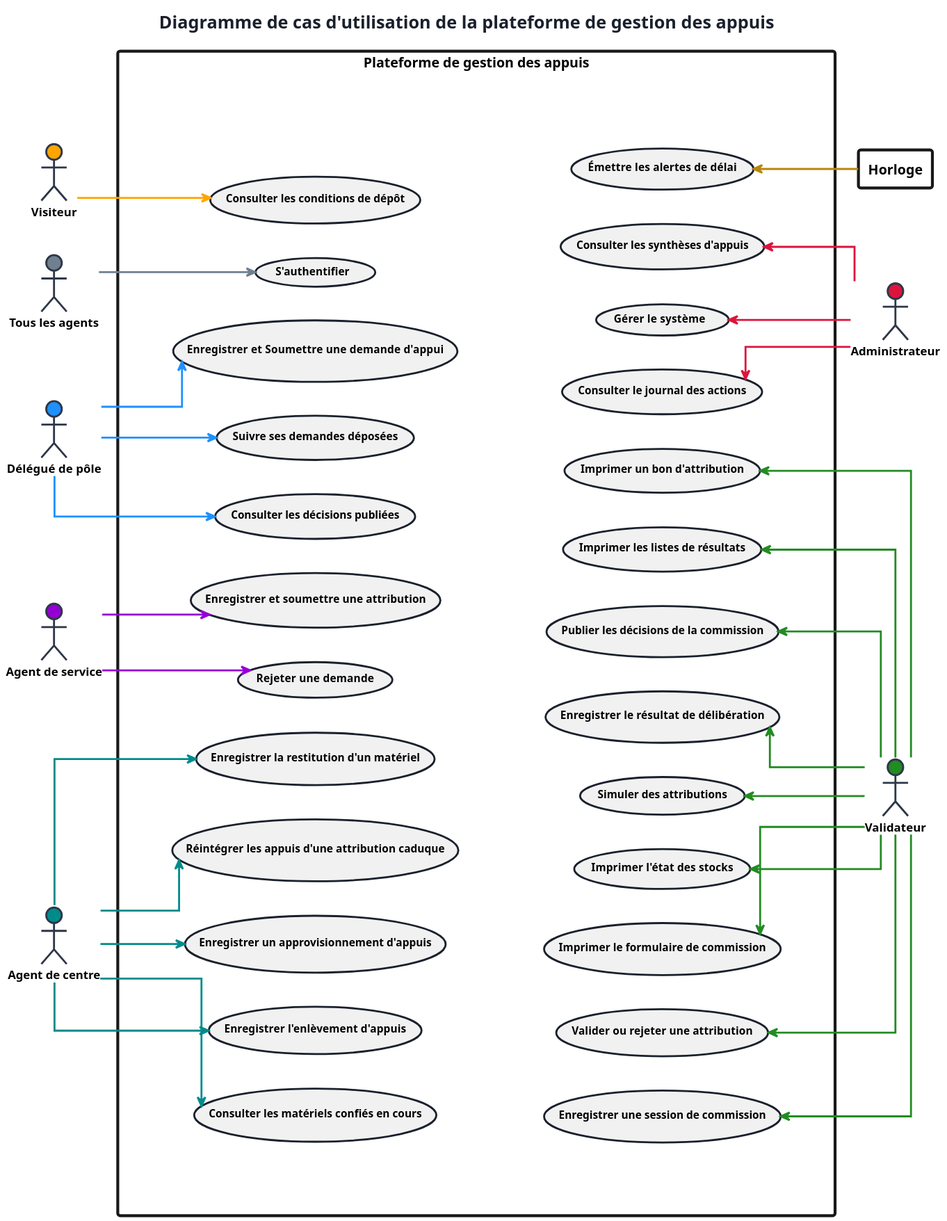
The PlantUML diagram out/docs/usecases/uc/uc_plateforme.svg in marasse-codec/ORYZAPP, before a commit. The source it was exported from:
```plantuml
@startuml
left to right direction

!$COLOR_VISITEUR  = Orange
!$COLOR_AGENT     = SlateGray
!$COLOR_DELEGUE   = DodgerBlue
!$COLOR_SERV      = DarkViolet
!$COLOR_VALID     = ForestGreen
!$COLOR_CENTRE    = DarkCyan
!$COLOR_ADMIN     = Crimson
!$COLOR_DIR       = DarkSlateBlue
!$COLOR_HORLOGE   = DarkGoldenRod

title <b>Diagramme de cas d'utilisation de la plateforme de gestion des appuis</b>

skinparam shadowing false
skinparam defaultFontName "Segoe UI"
skinparam defaultFontSize 12
skinparam backgroundColor #FFFFFF
skinparam packageStyle rectangle
skinparam Linetype ortho

skinparam title {
    FontSize 18
    FontStyle bold
    FontColor #1A202C
}

skinparam actor {
    BorderColor #2D3748
    BorderThickness 2
    FontStyle bold
    FontSize 12
}

skinparam usecase {
    BorderColor #1A202C
    BorderThickness 2
    FontStyle bold
    FontSize 11
}

skinparam rectangle {
    BackgroundColor #FFFFFF
    BorderThickness 3
    FontStyle bold
    FontSize 14
}

skinparam arrow {
    Thickness 2
    FontSize 10
    FontStyle bold
}

actor "Visiteur" as Visiteur #$COLOR_VISITEUR
actor "Tous les agents" as TousAgents #$COLOR_AGENT
actor "Délégué de pôle" as Delegue #$COLOR_DELEGUE
actor "Agent de service" as AgentService #$COLOR_SERV
actor "Validateur" as Validateur #$COLOR_VALID
actor "Agent de centre" as AgentCentre #$COLOR_CENTRE
actor "Administrateur" as Admin #$COLOR_ADMIN
rectangle "<color:Black>Horloge</color>" as Horloge

rectangle "<b>Plateforme de gestion des appuis</b>" as systeme {

    rectangle " " as left #transparent;line:transparent {

        usecase "S'authentifier" as UC_Auth

        usecase "Consulter les conditions de dépôt" as UC_ConditionsDepot

        usecase "Enregistrer et Soumettre une demande d'appui" as UC_Demande
        usecase "Suivre ses demandes déposées" as UC_SuiviDemande
        usecase "Consulter les décisions publiées" as UC_DecisionPublique

        usecase "Enregistrer et soumettre une attribution" as UC_AttrService
        usecase "Rejeter une demande" as UC_RejeterDemande

        usecase "Enregistrer un approvisionnement d'appuis" as UC_Appro
        usecase "Enregistrer l'enlèvement d'appuis" as UC_Enlevement
        usecase "Consulter les matériels confiés en cours" as UC_MatosCours
        usecase "Enregistrer la restitution d'un matériel" as UC_Restitution
        usecase "Réintégrer les appuis d'une attribution caduque" as UC_Reintegration

    }


    rectangle " " as right #transparent;line:transparent {

    usecase "Enregistrer une session de commission" as UC_SessionComm
    usecase "Valider ou rejeter une attribution" as UC_ValiderAttr
    usecase "Imprimer le formulaire de commission" as UC_ImpForm
    usecase "Imprimer l'état des stocks" as UC_ImpStocks
    usecase "Simuler des attributions" as UC_SimulAttr
    usecase "Enregistrer le résultat de délibération" as UC_ResDelib
    usecase "Publier les décisions de la commission" as UC_PublierComm
    usecase "Imprimer les listes de résultats" as UC_ImpRes
    usecase "Imprimer un bon d'attribution" as UC_ImpBon

    usecase "Consulter le journal des actions" as UC_Journal
    usecase "Gérer le système" as UC_GererSys
    usecase "Consulter les synthèses d'appuis" as UC_Synthese

    usecase "Émettre les alertes de délai" as UC_Alertes

    }

    left -d[hidden]- right

}

TousAgents --> UC_Auth #$COLOR_AGENT

Visiteur --> UC_ConditionsDepot #$COLOR_VISITEUR

Delegue --> UC_Demande #$COLOR_DELEGUE
Delegue --> UC_SuiviDemande #$COLOR_DELEGUE
Delegue --> UC_DecisionPublique #$COLOR_DELEGUE

AgentService --> UC_AttrService #$COLOR_SERV
AgentService --> UC_RejeterDemande #$COLOR_SERV

Validateur -u-> UC_SessionComm #$COLOR_VALID
Validateur -u-> UC_ValiderAttr #$COLOR_VALID
Validateur -u-> UC_ImpForm #$COLOR_VALID
Validateur -u-> UC_ImpStocks #$COLOR_VALID
Validateur -u-> UC_SimulAttr #$COLOR_VALID
Validateur -u-> UC_ResDelib #$COLOR_VALID
Validateur -u-> UC_PublierComm #$COLOR_VALID
Validateur -u-> UC_ImpRes #$COLOR_VALID
Validateur -u-> UC_ImpBon #$COLOR_VALID

AgentCentre --> UC_Appro #$COLOR_CENTRE
AgentCentre --> UC_Enlevement #$COLOR_CENTRE
AgentCentre --> UC_MatosCours #$COLOR_CENTRE
AgentCentre --> UC_Restitution #$COLOR_CENTRE
AgentCentre --> UC_Reintegration #$COLOR_CENTRE

Admin -u-> UC_Journal #$COLOR_ADMIN
Admin -u-> UC_GererSys #$COLOR_ADMIN
Admin -u-> UC_Synthese #$COLOR_ADMIN

Horloge -u-> UC_Alertes #$COLOR_HORLOGE
@end

left to right direction


title <b>Diagramme de cas d'utilisation de la plateforme de gestion des appuis</b>

skinparam shadowing false
skinparam defaultFontName "Segoe UI"
skinparam defaultFontSize 12
skinparam backgroundColor #FFFFFF
skinparam packageStyle rectangle
skinparam Linetype ortho

skinparam title {
    FontSize 18
    FontStyle bold
    FontColor #1A202C
}

skinparam actor {
    BorderColor #2D3748
    BorderThickness 2
    FontStyle bold
    FontSize 12
}

skinparam usecase {
    BorderColor #1A202C
    BorderThickness 2
    FontStyle bold
    FontSize 11
}

skinparam rectangle {
    BackgroundColor #FFFFFF
    BorderThickness 3
    FontStyle bold
    FontSize 14
}

skinparam arrow {
    Thickness 2
    FontSize 10
    FontStyle bold
}

actor "Visiteur" as Visiteur #Orange
actor "Tous les agents" as TousAgents #SlateGray
actor "Délégué de pôle" as Delegue #DodgerBlue
actor "Agent de service" as AgentService #DarkViolet
actor "Validateur" as Validateur #ForestGreen
actor "Agent de centre" as AgentCentre #DarkCyan
actor "Administrateur" as Admin #Crimson
rectangle "<color:Black>Horloge</color>" as Horloge

rectangle "<b>Plateforme de gestion des appuis</b>" as systeme {

    rectangle " " as left #transparent;line:transparent {

        usecase "S'authentifier" as UC_Auth

        usecase "Consulter les conditions de dépôt" as UC_ConditionsDepot

        usecase "Enregistrer et Soumettre une demande d'appui" as UC_Demande
        usecase "Suivre ses demandes déposées" as UC_SuiviDemande
        usecase "Consulter les décisions publiées" as UC_DecisionPublique

        usecase "Enregistrer et soumettre une attribution" as UC_AttrService
        usecase "Rejeter une demande" as UC_RejeterDemande

        usecase "Enregistrer un approvisionnement d'appuis" as UC_Appro
        usecase "Enregistrer l'enlèvement d'appuis" as UC_Enlevement
        usecase "Consulter les matériels confiés en cours" as UC_MatosCours
        usecase "Enregistrer la restitution d'un matériel" as UC_Restitution
        usecase "Réintégrer les appuis d'une attribution caduque" as UC_Reintegration

    }


    rectangle " " as right #transparent;line:transparent {

    usecase "Enregistrer une session de commission" as UC_SessionComm
    usecase "Valider ou rejeter une attribution" as UC_ValiderAttr
    usecase "Imprimer le formulaire de commission" as UC_ImpForm
    usecase "Imprimer l'état des stocks" as UC_ImpStocks
    usecase "Simuler des attributions" as UC_SimulAttr
    usecase "Enregistrer le résultat de délibération" as UC_ResDelib
    usecase "Publier les décisions de la commission" as UC_PublierComm
    usecase "Imprimer les listes de résultats" as UC_ImpRes
    usecase "Imprimer un bon d'attribution" as UC_ImpBon

    usecase "Consulter le journal des actions" as UC_Journal
    usecase "Gérer le système" as UC_GererSys
    usecase "Consulter les synthèses d'appuis" as UC_Synthese

    usecase "Émettre les alertes de délai" as UC_Alertes

    }

    left -d[hidden]- right

}

TousAgents --> UC_Auth #SlateGray

Visiteur --> UC_ConditionsDepot #Orange

Delegue --> UC_Demande #DodgerBlue
Delegue --> UC_SuiviDemande #DodgerBlue
Delegue --> UC_DecisionPublique #DodgerBlue

AgentService --> UC_AttrService #DarkViolet
AgentService --> UC_RejeterDemande #DarkViolet

Validateur -u-> UC_SessionComm #ForestGreen
Validateur -u-> UC_ValiderAttr #ForestGreen
Validateur -u-> UC_ImpForm #ForestGreen
Validateur -u-> UC_ImpStocks #ForestGreen
Validateur -u-> UC_SimulAttr #ForestGreen
Validateur -u-> UC_ResDelib #ForestGreen
Validateur -u-> UC_PublierComm #ForestGreen
Validateur -u-> UC_ImpRes #ForestGreen
Validateur -u-> UC_ImpBon #ForestGreen

AgentCentre --> UC_Appro #DarkCyan
AgentCentre --> UC_Enlevement #DarkCyan
AgentCentre --> UC_MatosCours #DarkCyan
AgentCentre --> UC_Restitution #DarkCyan
AgentCentre --> UC_Reintegration #DarkCyan

Admin -u-> UC_Journal #Crimson
Admin -u-> UC_GererSys #Crimson
Admin -u-> UC_Synthese #Crimson

Horloge -u-> UC_Alertes #DarkGoldenRod
@end

PlantUML version 1.2024.3(Thu Feb 15 19:40:05 GMT 2024)
(GPLv2 source distribution)
Java Runtime: OpenJDK Runtime Environment
JVM: OpenJDK 64-Bit Server VM
Default Encoding: UTF-8
Language: fr
Country: FR
@enduml
```
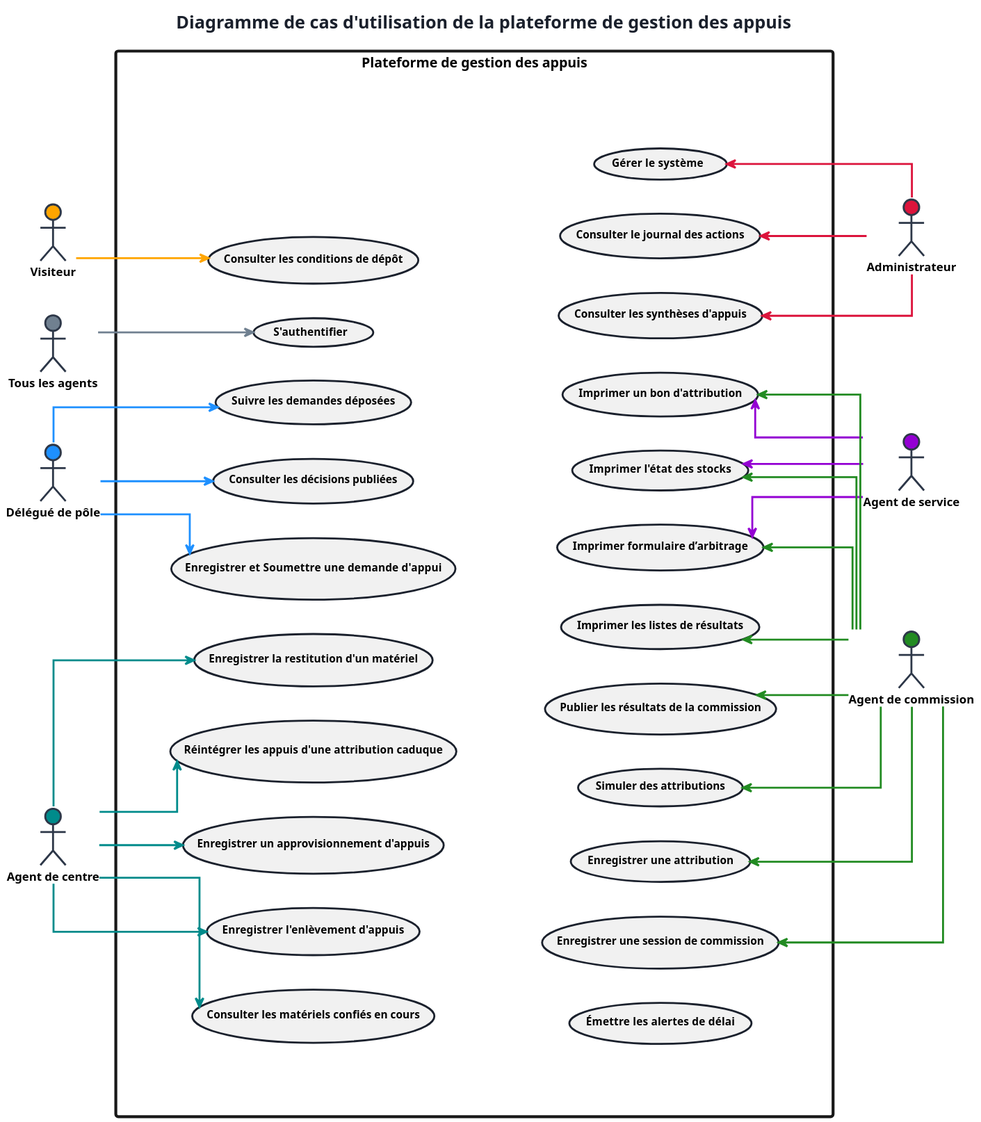
After the change.

What changed in the source:
```diff
@@ -57,10 +57,9 @@
 actor "Tous les agents" as TousAgents #$COLOR_AGENT
 actor "Délégué de pôle" as Delegue #$COLOR_DELEGUE
 actor "Agent de service" as AgentService #$COLOR_SERV
-actor "Validateur" as Validateur #$COLOR_VALID
+actor "Agent de commission" as AgentCommission #$COLOR_VALID
 actor "Agent de centre" as AgentCentre #$COLOR_CENTRE
 actor "Administrateur" as Admin #$COLOR_ADMIN
-rectangle "<color:Black>Horloge</color>" as Horloge
 
 rectangle "<b>Plateforme de gestion des appuis</b>" as systeme {
 
@@ -71,11 +70,8 @@
         usecase "Consulter les conditions de dépôt" as UC_ConditionsDepot
 
         usecase "Enregistrer et Soumettre une demande d'appui" as UC_Demande
-        usecase "Suivre ses demandes déposées" as UC_SuiviDemande
+        usecase "Suivre les demandes déposées" as UC_SuiviDemande
         usecase "Consulter les décisions publiées" as UC_DecisionPublique
-
-        usecase "Enregistrer et soumettre une attribution" as UC_AttrService
-        usecase "Rejeter une demande" as UC_RejeterDemande
 
         usecase "Enregistrer un approvisionnement d'appuis" as UC_Appro
         usecase "Enregistrer l'enlèvement d'appuis" as UC_Enlevement
@@ -89,12 +85,13 @@
     rectangle " " as right #transparent;line:transparent {
 
     usecase "Enregistrer une session de commission" as UC_SessionComm
-    usecase "Valider ou rejeter une attribution" as UC_ValiderAttr
-    usecase "Imprimer le formulaire de commission" as UC_ImpForm
+    usecase "Enregistrer une attribution" as UC_ValiderAttr
+    usecase "Imprimer formulaire d’arbitrage" as UC_ImpForm
     usecase "Imprimer l'état des stocks" as UC_ImpStocks
     usecase "Simuler des attributions" as UC_SimulAttr
-    usecase "Enregistrer le résultat de délibération" as UC_ResDelib
-    usecase "Publier les décisions de la commission" as UC_PublierComm
+
+
+    usecase "Publier les résultats de la commission" as UC_PublierComm
     usecase "Imprimer les listes de résultats" as UC_ImpRes
     usecase "Imprimer un bon d'attribution" as UC_ImpBon
 
@@ -118,18 +115,19 @@
 Delegue --> UC_SuiviDemande #$COLOR_DELEGUE
 Delegue --> UC_DecisionPublique #$COLOR_DELEGUE
 
-AgentService --> UC_AttrService #$COLOR_SERV
-AgentService --> UC_RejeterDemande #$COLOR_SERV
+AgentService -u-> UC_ImpStocks #$COLOR_SERV
+AgentService -u-> UC_ImpForm #$COLOR_SERV
+AgentService -u-> UC_ImpBon #$COLOR_SERV
 
-Validateur -u-> UC_SessionComm #$COLOR_VALID
-Validateur -u-> UC_ValiderAttr #$COLOR_VALID
-Validateur -u-> UC_ImpForm #$COLOR_VALID
-Validateur -u-> UC_ImpStocks #$COLOR_VALID
-Validateur -u-> UC_SimulAttr #$COLOR_VALID
-Validateur -u-> UC_ResDelib #$COLOR_VALID
-Validateur -u-> UC_PublierComm #$COLOR_VALID
-Validateur -u-> UC_ImpRes #$COLOR_VALID
-Validateur -u-> UC_ImpBon #$COLOR_VALID
+AgentCommission -u-> UC_SessionComm #$COLOR_VALID
+AgentCommission -u-> UC_ValiderAttr #$COLOR_VALID
+AgentCommission -u-> UC_ImpForm #$COLOR_VALID
+AgentCommission -u-> UC_ImpStocks #$COLOR_VALID
+AgentCommission -u-> UC_SimulAttr #$COLOR_VALID
+AgentCommission -u-> UC_PublierComm #$COLOR_VALID
+AgentCommission -u-> UC_ImpRes #$COLOR_VALID
+AgentCommission -u-> UC_ImpBon #$COLOR_VALID
+
 
 AgentCentre --> UC_Appro #$COLOR_CENTRE
 AgentCentre --> UC_Enlevement #$COLOR_CENTRE
@@ -140,8 +138,6 @@
 Admin -u-> UC_Journal #$COLOR_ADMIN
 Admin -u-> UC_GererSys #$COLOR_ADMIN
 Admin -u-> UC_Synthese #$COLOR_ADMIN
-
-Horloge -u-> UC_Alertes #$COLOR_HORLOGE
 @end
 
 left to right direction
@@ -193,10 +189,9 @@
 actor "Tous les agents" as TousAgents #SlateGray
 actor "Délégué de pôle" as Delegue #DodgerBlue
 actor "Agent de service" as AgentService #DarkViolet
-actor "Validateur" as Validateur #ForestGreen
+actor "Agent de commission" as AgentCommission #ForestGreen
 actor "Agent de centre" as AgentCentre #DarkCyan
 actor "Administrateur" as Admin #Crimson
-rectangle "<color:Black>Horloge</color>" as Horloge
 
 rectangle "<b>Plateforme de gestion des appuis</b>" as systeme {
 
@@ -207,11 +202,8 @@
         usecase "Consulter les conditions de dépôt" as UC_ConditionsDepot
 
         usecase "Enregistrer et Soumettre une demande d'appui" as UC_Demande
-        usecase "Suivre ses demandes déposées" as UC_SuiviDemande
+        usecase "Suivre les demandes déposées" as UC_SuiviDemande
         usecase "Consulter les décisions publiées" as UC_DecisionPublique
-
-        usecase "Enregistrer et soumettre une attribution" as UC_AttrService
-        usecase "Rejeter une demande" as UC_RejeterDemande
 
         usecase "Enregistrer un approvisionnement d'appuis" as UC_Appro
         usecase "Enregistrer l'enlèvement d'appuis" as UC_Enlevement
@@ -225,12 +217,13 @@
     rectangle " " as right #transparent;line:transparent {
 
     usecase "Enregistrer une session de commission" as UC_SessionComm
-    usecase "Valider ou rejeter une attribution" as UC_ValiderAttr
-    usecase "Imprimer le formulaire de commission" as UC_ImpForm
+    usecase "Enregistrer une attribution" as UC_ValiderAttr
+    usecase "Imprimer formulaire d’arbitrage" as UC_ImpForm
     usecase "Imprimer l'état des stocks" as UC_ImpStocks
     usecase "Simuler des attributions" as UC_SimulAttr
-    usecase "Enregistrer le résultat de délibération" as UC_ResDelib
-    usecase "Publier les décisions de la commission" as UC_PublierComm
+
+
+    usecase "Publier les résultats de la commission" as UC_PublierComm
     usecase "Imprimer les listes de résultats" as UC_ImpRes
     usecase "Imprimer un bon d'attribution" as UC_ImpBon
 
@@ -254,18 +247,19 @@
 Delegue --> UC_SuiviDemande #DodgerBlue
 Delegue --> UC_DecisionPublique #DodgerBlue
 
-AgentService --> UC_AttrService #DarkViolet
-AgentService --> UC_RejeterDemande #DarkViolet
+AgentService -u-> UC_ImpStocks #DarkViolet
+AgentService -u-> UC_ImpForm #DarkViolet
+AgentService -u-> UC_ImpBon #DarkViolet
 
-Validateur -u-> UC_SessionComm #ForestGreen
-Validateur -u-> UC_ValiderAttr #ForestGreen
-Validateur -u-> UC_ImpForm #ForestGreen
-Validateur -u-> UC_ImpStocks #ForestGreen
-Validateur -u-> UC_SimulAttr #ForestGreen
-Validateur -u-> UC_ResDelib #ForestGreen
-Validateur -u-> UC_PublierComm #ForestGreen
-Validateur -u-> UC_ImpRes #ForestGreen
-Validateur -u-> UC_ImpBon #ForestGreen
+AgentCommission -u-> UC_SessionComm #ForestGreen
+AgentCommission -u-> UC_ValiderAttr #ForestGreen
+AgentCommission -u-> UC_ImpForm #ForestGreen
+AgentCommission -u-> UC_ImpStocks #ForestGreen
+AgentCommission -u-> UC_SimulAttr #ForestGreen
+AgentCommission -u-> UC_PublierComm #ForestGreen
+AgentCommission -u-> UC_ImpRes #ForestGreen
+AgentCommission -u-> UC_ImpBon #ForestGreen
+
 
 AgentCentre --> UC_Appro #DarkCyan
 AgentCentre --> UC_Enlevement #DarkCyan
@@ -276,8 +270,6 @@
 Admin -u-> UC_Journal #Crimson
 Admin -u-> UC_GererSys #Crimson
 Admin -u-> UC_Synthese #Crimson
-
-Horloge -u-> UC_Alertes #DarkGoldenRod
 @end
 
 PlantUML version 1.2024.3(Thu Feb 15 19:40:05 GMT 2024)
```
